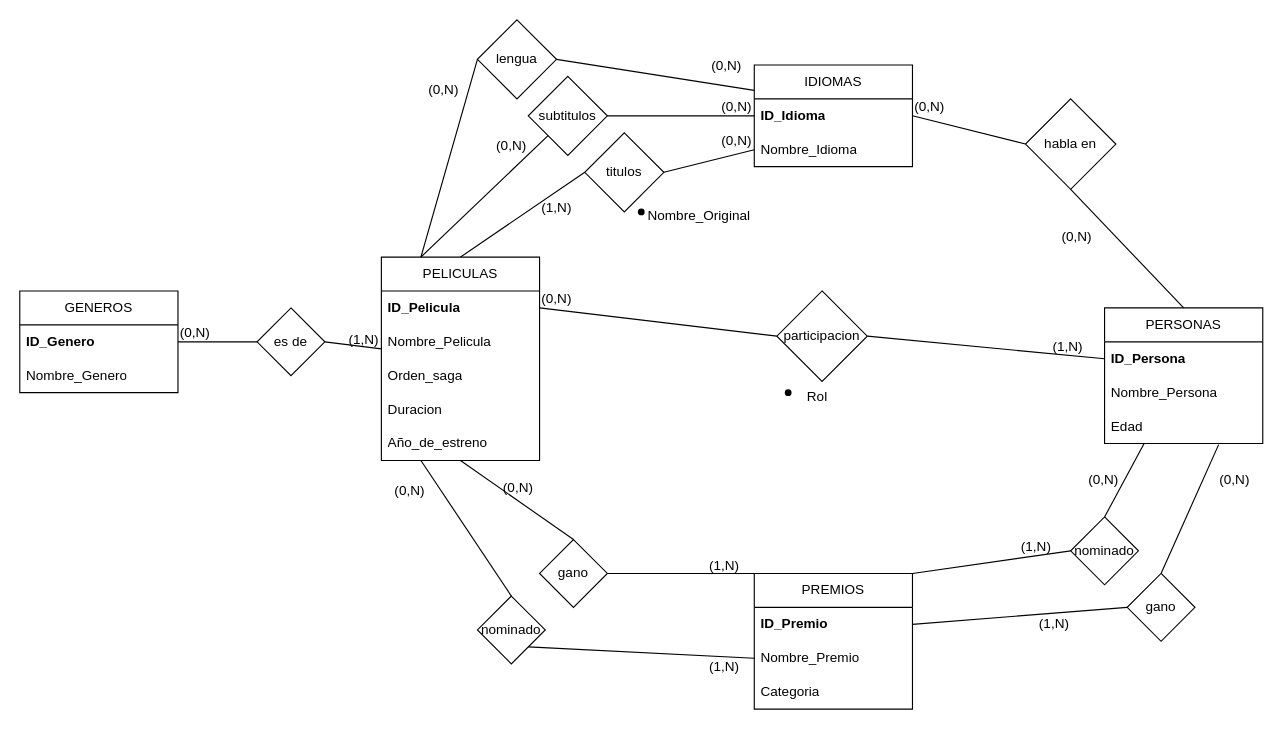
The draw.io diagram omdb.drawio in kolodani/AUS_Base_de_datos, before the edit. Source tidied: cells renumbered, new cells numbered last; positions are measured from the earlier drawing's top-left corner, leaving out a move shared by most shapes. Both pictures are drawn from the tidied source at 113%, with x=0, y=0 at pixel (19, 19).
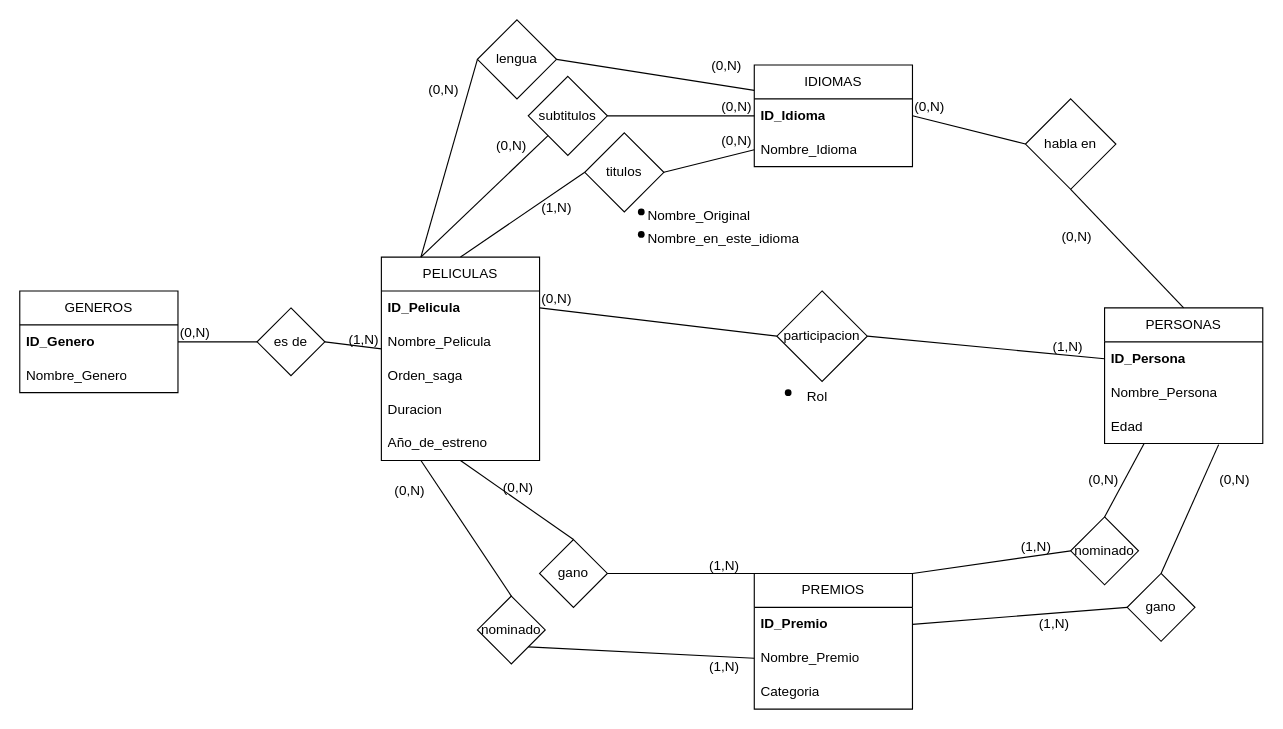
After the change.

Commit message:
pequeño cambio

What changed in the source:
```diff
@@
+    <mxCell id="78" value="Nombre_en_este_idioma" style="text;strokeColor=none;fillColor=none;spacingLeft=4;spacingRight=4;overflow=hidden;fontSize=12;whiteSpace=wrap;html=1;" parent="1" vertex="1">
+      <mxGeometry x="550" y="180" width="150" height="30" as="geometry" />
+    </mxCell>
+    <mxCell id="79" style="shape=waypoint;sketch=0;fillStyle=solid;size=6;fillColor=none;perimeter=centerPerimeter;" parent="1" vertex="1">
+      <mxGeometry x="540" y="180" width="20" height="20" as="geometry" />
+    </mxCell>
```
